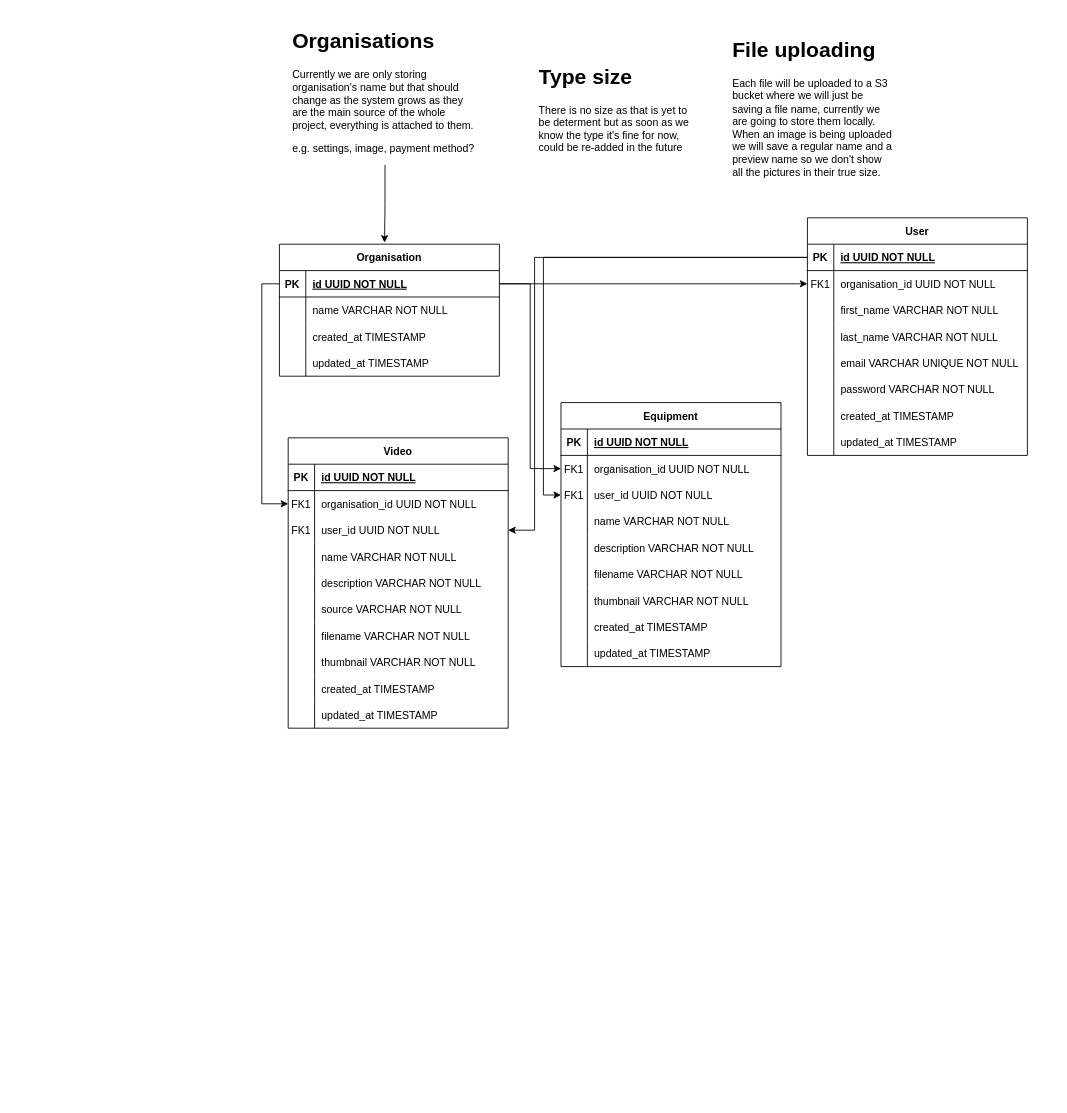
Above: fitness-api.drawio in jstojiljkovic/fitness-api (draw.io), before the change. Source tidied: cells renumbered, new cells numbered last; positions are measured from the earlier drawing's top-left corner, leaving out a move shared by most shapes. Both pictures are drawn from the tidied source at 88%, with x=0, y=0 at pixel (279, 24).
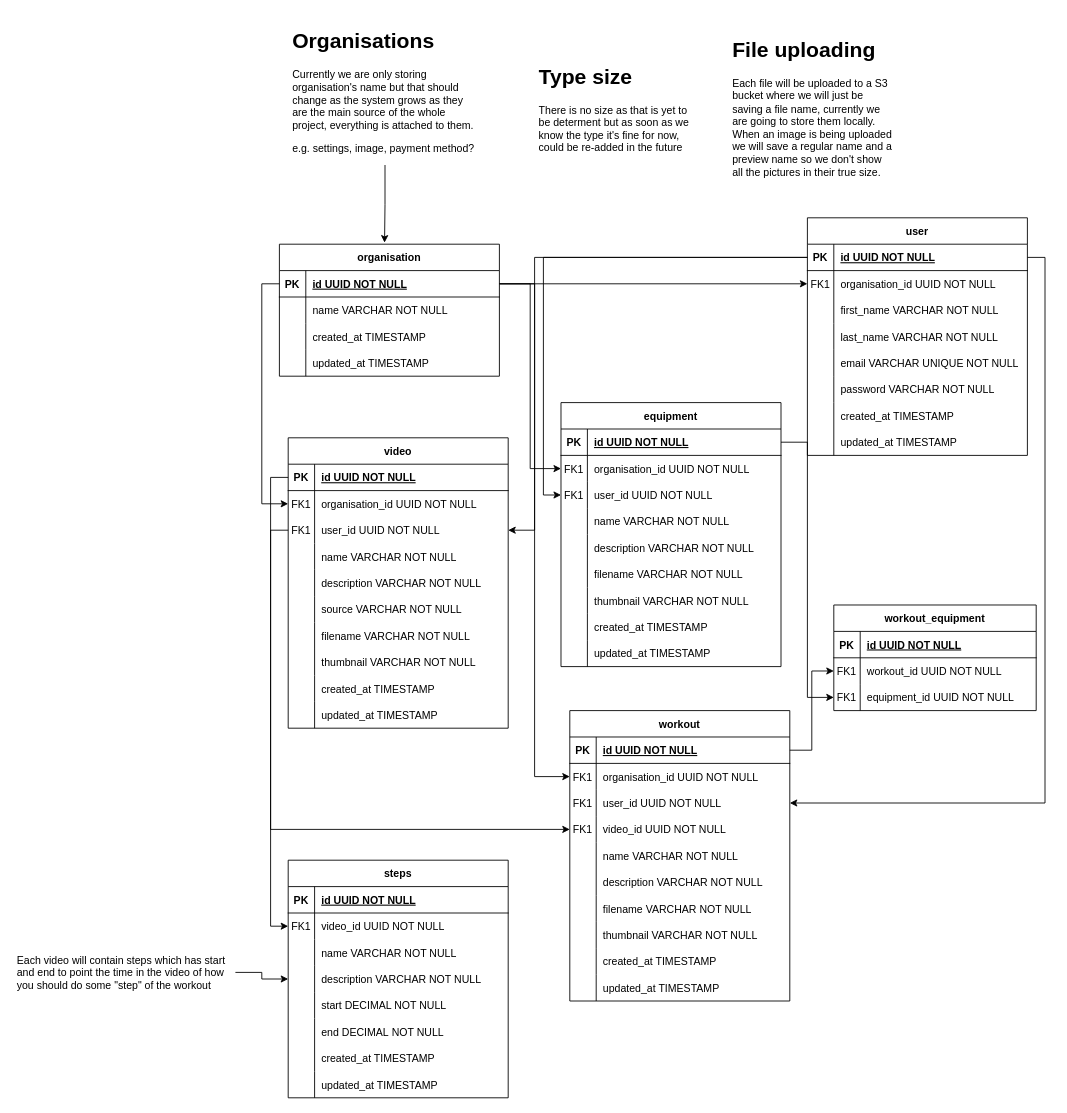
After the change.

The change refers to these unchanged cells:
```xml
<mxCell id="3" style="shape=tableRow;horizontal=0;startSize=0;swimlaneHead=0;swimlaneBody=0;fillColor=none;points=[[0,0.5],[1,0.5]];portConstraint=eastwest;top=0;left=0;right=0;bottom=1;" parent="2" vertex="1">
  <mxGeometry y="30" width="250" height="30" as="geometry" />
</mxCell>
<mxCell id="29" style="shape=tableRow;horizontal=0;startSize=0;swimlaneHead=0;swimlaneBody=0;fillColor=none;points=[[0,0.5],[1,0.5]];portConstraint=eastwest;top=0;left=0;right=0;bottom=1;" parent="28" vertex="1">
  <mxGeometry y="30" width="250" height="30" as="geometry" />
</mxCell>
<mxCell id="45" style="shape=tableRow;horizontal=0;startSize=0;swimlaneHead=0;swimlaneBody=0;fillColor=none;points=[[0,0.5],[1,0.5]];portConstraint=eastwest;top=0;left=0;right=0;bottom=1;" parent="44" vertex="1">
  <mxGeometry y="30" width="250" height="30" as="geometry" />
</mxCell>
<mxCell id="76" style="shape=tableRow;horizontal=0;startSize=0;swimlaneHead=0;swimlaneBody=0;fillColor=none;points=[[0,0.5],[1,0.5]];portConstraint=eastwest;top=0;left=0;right=0;bottom=1;" parent="75" vertex="1">
  <mxGeometry y="30" width="250" height="30" as="geometry" />
</mxCell>
<mxCell id="82" style="shape=tableRow;horizontal=0;startSize=0;swimlaneHead=0;swimlaneBody=0;fillColor=none;points=[[0,0.5],[1,0.5]];portConstraint=eastwest;top=0;left=0;right=0;bottom=0;" parent="75" vertex="1">
  <mxGeometry y="90" width="250" height="30" as="geometry" />
</mxCell>
```

Diff of the diagram source:
```diff
@@
-    <mxCell id="2" value="User" style="shape=table;startSize=30;childLayout=tableLayout;rowLines=0;fontStyle=1;align=center;" parent="1" vertex="1">
+    <mxCell id="2" value="user" style="shape=table;startSize=30;childLayout=tableLayout;rowLines=0;fontStyle=1;align=center;" parent="1" vertex="1">
       <mxGeometry x="600" y="220" width="250" height="270" as="geometry" />
     </mxCell>
@@
-    <mxCell id="28" value="Organisation" style="shape=table;startSize=30;childLayout=tableLayout;rowLines=0;fontStyle=1;align=center;" parent="1" vertex="1">
+    <mxCell id="28" value="organisation" style="shape=table;startSize=30;childLayout=tableLayout;rowLines=0;fontStyle=1;align=center;" parent="1" vertex="1">
       <mxGeometry y="250" width="250" height="150" as="geometry" />
     </mxCell>
@@
-    <mxCell id="44" value="Equipment" style="shape=table;startSize=30;childLayout=tableLayout;rowLines=0;fontStyle=1;align=center;" parent="1" vertex="1">
+    <mxCell id="44" value="equipment" style="shape=table;startSize=30;childLayout=tableLayout;rowLines=0;fontStyle=1;align=center;" parent="1" vertex="1">
       <mxGeometry x="320" y="430" width="250" height="300" as="geometry" />
     </mxCell>
@@
-    <mxCell id="75" value="Video" style="shape=table;startSize=30;childLayout=tableLayout;rowLines=0;fontStyle=1;align=center;" parent="1" vertex="1">
+    <mxCell id="75" value="video" style="shape=table;startSize=30;childLayout=tableLayout;rowLines=0;fontStyle=1;align=center;" parent="1" vertex="1">
       <mxGeometry x="10" y="470" width="250" height="330" as="geometry" />
     </mxCell>
@@
+    <mxCell id="108" value="workout" style="shape=table;startSize=30;childLayout=tableLayout;rowLines=0;fontStyle=1;align=center;" parent="1" vertex="1">
+      <mxGeometry x="330" y="780" width="250" height="330" as="geometry" />
+    </mxCell>
+    <mxCell id="109" style="shape=tableRow;horizontal=0;startSize=0;swimlaneHead=0;swimlaneBody=0;fillColor=none;points=[[0,0.5],[1,0.5]];portConstraint=eastwest;top=0;left=0;right=0;bottom=1;" parent="108" vertex="1">
+      <mxGeometry y="30" width="250" height="30" as="geometry" />
+    </mxCell>
+    <mxCell id="110" value="PK" style="shape=partialRectangle;fillColor=none;top=0;left=0;bottom=0;right=0;fontStyle=1;overflow=hidden;" parent="109" vertex="1">
+      <mxGeometry width="30" height="30" as="geometry" />
+    </mxCell>
+    <mxCell id="111" value="id UUID NOT NULL" style="shape=partialRectangle;fillColor=none;top=0;left=0;bottom=0;right=0;align=left;spacingLeft=6;fontStyle=5;overflow=hidden;" parent="109" vertex="1">
+      <mxGeometry x="30" width="220" height="30" as="geometry" />
+    </mxCell>
+    <mxCell id="112" style="shape=tableRow;horizontal=0;startSize=0;swimlaneHead=0;swimlaneBody=0;fillColor=none;points=[[0,0.5],[1,0.5]];portConstraint=eastwest;top=0;left=0;right=0;bottom=0;" parent="108" vertex="1">
+      <mxGeometry y="60" width="250" height="30" as="geometry" />
+    </mxCell>
+    <mxCell id="113" value="FK1" style="shape=partialRectangle;fillColor=none;top=0;left=0;bottom=0;right=0;overflow=hidden;" parent="112" vertex="1">
+      <mxGeometry width="30" height="30" as="geometry" />
+    </mxCell>
+    <mxCell id="114" value="organisation_id UUID NOT NULL" style="shape=partialRectangle;fillColor=none;top=0;left=0;bottom=0;right=0;align=left;spacingLeft=6;overflow=hidden;" parent="112" vertex="1">
+      <mxGeometry x="30" width="220" height="30" as="geometry" />
+    </mxCell>
+    <mxCell id="115" style="shape=tableRow;horizontal=0;startSize=0;swimlaneHead=0;swimlaneBody=0;fillColor=none;points=[[0,0.5],[1,0.5]];portConstraint=eastwest;top=0;left=0;right=0;bottom=0;" parent="108" vertex="1">
+      <mxGeometry y="90" width="250" height="30" as="geometry" />
+    </mxCell>
+    <mxCell id="116" value="FK1" style="shape=partialRectangle;fillColor=none;top=0;left=0;bottom=0;right=0;overflow=hidden;" parent="115" vertex="1">
+      <mxGeometry width="30" height="30" as="geometry" />
+    </mxCell>
+    <mxCell id="117" value="user_id UUID NOT NULL" style="shape=partialRectangle;fillColor=none;top=0;left=0;bottom=0;right=0;align=left;spacingLeft=6;overflow=hidden;" parent="115" vertex="1">
+      <mxGeometry x="30" width="220" height="30" as="geometry" />
+    </mxCell>
+    <mxCell id="118" style="shape=tableRow;horizontal=0;startSize=0;swimlaneHead=0;swimlaneBody=0;fillColor=none;points=[[0,0.5],[1,0.5]];portConstraint=eastwest;top=0;left=0;right=0;bottom=0;" parent="108" vertex="1">
+      <mxGeometry y="120" width="250" height="30" as="geometry" />
+    </mxCell>
+    <mxCell id="119" value="FK1" style="shape=partialRectangle;fillColor=none;top=0;left=0;bottom=0;right=0;overflow=hidden;" parent="118" vertex="1">
+      <mxGeometry width="30" height="30" as="geometry" />
+    </mxCell>
+    <mxCell id="120" value="video_id UUID NOT NULL" style="shape=partialRectangle;fillColor=none;top=0;left=0;bottom=0;right=0;align=left;spacingLeft=6;overflow=hidden;" parent="118" vertex="1">
+      <mxGeometry x="30" width="220" height="30" as="geometry" />
+    </mxCell>
+    <mxCell id="121" style="shape=tableRow;horizontal=0;startSize=0;swimlaneHead=0;swimlaneBody=0;fillColor=none;top=0;left=0;right=0;bottom=0;" parent="108" vertex="1">
+      <mxGeometry y="150" width="250" height="30" as="geometry" />
+    </mxCell>
+    <mxCell id="122" style="shape=partialRectangle;fillColor=none;top=0;left=0;bottom=0;right=0;overflow=hidden;" parent="121" vertex="1">
+      <mxGeometry width="30" height="30" as="geometry" />
+    </mxCell>
+    <mxCell id="123" value="name VARCHAR NOT NULL" style="shape=partialRectangle;fillColor=none;top=0;left=0;bottom=0;right=0;align=left;spacingLeft=6;overflow=hidden;" parent="121" vertex="1">
+      <mxGeometry x="30" width="220" height="30" as="geometry" />
+    </mxCell>
+    <mxCell id="124" style="shape=tableRow;horizontal=0;startSize=0;swimlaneHead=0;swimlaneBody=0;fillColor=none;top=0;left=0;right=0;bottom=0;" parent="108" vertex="1">
+      <mxGeometry y="180" width="250" height="30" as="geometry" />
+    </mxCell>
+    <mxCell id="125" style="shape=partialRectangle;fillColor=none;top=0;left=0;bottom=0;right=0;overflow=hidden;" parent="124" vertex="1">
+      <mxGeometry width="30" height="30" as="geometry" />
+    </mxCell>
+    <mxCell id="126" value="description VARCHAR NOT NULL" style="shape=partialRectangle;fillColor=none;top=0;left=0;bottom=0;right=0;align=left;spacingLeft=6;overflow=hidden;" parent="124" vertex="1">
+      <mxGeometry x="30" width="220" height="30" as="geometry" />
+    </mxCell>
+    <mxCell id="127" style="shape=tableRow;horizontal=0;startSize=0;swimlaneHead=0;swimlaneBody=0;fillColor=none;top=0;left=0;right=0;bottom=0;" parent="108" vertex="1">
+      <mxGeometry y="210" width="250" height="30" as="geometry" />
+    </mxCell>
+    <mxCell id="128" style="shape=partialRectangle;fillColor=none;top=0;left=0;bottom=0;right=0;overflow=hidden;" parent="127" vertex="1">
+      <mxGeometry width="30" height="30" as="geometry" />
+    </mxCell>
+    <mxCell id="129" value="filename VARCHAR NOT NULL" style="shape=partialRectangle;fillColor=none;top=0;left=0;bottom=0;right=0;align=left;spacingLeft=6;overflow=hidden;" parent="127" vertex="1">
+      <mxGeometry x="30" width="220" height="30" as="geometry" />
+    </mxCell>
+    <mxCell id="130" style="shape=tableRow;horizontal=0;startSize=0;swimlaneHead=0;swimlaneBody=0;fillColor=none;top=0;left=0;right=0;bottom=0;" parent="108" vertex="1">
+      <mxGeometry y="240" width="250" height="30" as="geometry" />
+    </mxCell>
+    <mxCell id="131" style="shape=partialRectangle;fillColor=none;top=0;left=0;bottom=0;right=0;overflow=hidden;" parent="130" vertex="1">
+      <mxGeometry width="30" height="30" as="geometry" />
+    </mxCell>
+    <mxCell id="132" value="thumbnail VARCHAR NOT NULL" style="shape=partialRectangle;fillColor=none;top=0;left=0;bottom=0;right=0;align=left;spacingLeft=6;overflow=hidden;" parent="130" vertex="1">
+      <mxGeometry x="30" width="220" height="30" as="geometry" />
+    </mxCell>
+    <mxCell id="133" style="shape=tableRow;horizontal=0;startSize=0;swimlaneHead=0;swimlaneBody=0;fillColor=none;top=0;left=0;right=0;bottom=0;" parent="108" vertex="1">
+      <mxGeometry y="270" width="250" height="30" as="geometry" />
+    </mxCell>
+    <mxCell id="134" style="shape=partialRectangle;fillColor=none;top=0;left=0;bottom=0;right=0;overflow=hidden;" parent="133" vertex="1">
+      <mxGeometry width="30" height="30" as="geometry" />
+    </mxCell>
+    <mxCell id="135" value="created_at TIMESTAMP" style="shape=partialRectangle;fillColor=none;top=0;left=0;bottom=0;right=0;align=left;spacingLeft=6;overflow=hidden;" parent="133" vertex="1">
+      <mxGeometry x="30" width="220" height="30" as="geometry" />
+    </mxCell>
+    <mxCell id="136" style="shape=tableRow;horizontal=0;startSize=0;swimlaneHead=0;swimlaneBody=0;fillColor=none;top=0;left=0;right=0;bottom=0;" parent="108" vertex="1">
+      <mxGeometry y="300" width="250" height="30" as="geometry" />
+    </mxCell>
+    <mxCell id="137" style="shape=partialRectangle;fillColor=none;top=0;left=0;bottom=0;right=0;overflow=hidden;" parent="136" vertex="1">
+      <mxGeometry width="30" height="30" as="geometry" />
+    </mxCell>
+    <mxCell id="138" value="updated_at TIMESTAMP" style="shape=partialRectangle;fillColor=none;top=0;left=0;bottom=0;right=0;align=left;spacingLeft=6;overflow=hidden;" parent="136" vertex="1">
+      <mxGeometry x="30" width="220" height="30" as="geometry" />
+    </mxCell>
+    <mxCell id="139" style="edgeStyle=orthogonalEdgeStyle;rounded=0;jettySize=auto;html=1;exitX=0;exitY=0.5;exitDx=0;exitDy=0;entryX=0;entryY=0.5;entryDx=0;entryDy=0;" parent="1" edge="1" source="82" target="118">
+      <mxGeometry relative="1" as="geometry" />
+    </mxCell>
+    <mxCell id="140" style="edgeStyle=orthogonalEdgeStyle;rounded=0;jettySize=auto;html=1;exitX=1;exitY=0.5;exitDx=0;exitDy=0;entryX=1;entryY=0.5;entryDx=0;entryDy=0;" parent="1" edge="1" source="3" target="115">
+      <mxGeometry relative="1" as="geometry" />
+    </mxCell>
+    <mxCell id="141" style="edgeStyle=orthogonalEdgeStyle;rounded=0;jettySize=auto;html=1;exitX=1;exitY=0.5;exitDx=0;exitDy=0;entryX=0;entryY=0.5;entryDx=0;entryDy=0;" parent="1" edge="1" source="29" target="112">
+      <mxGeometry relative="1" as="geometry" />
+    </mxCell>
+    <mxCell id="142" value="workout_equipment" style="shape=table;startSize=30;childLayout=tableLayout;rowLines=0;fontStyle=1;align=center;" parent="1" vertex="1">
+      <mxGeometry x="630" y="660" width="230" height="120" as="geometry" />
+    </mxCell>
+    <mxCell id="143" style="shape=tableRow;horizontal=0;startSize=0;swimlaneHead=0;swimlaneBody=0;fillColor=none;top=0;left=0;right=0;bottom=1;" parent="142" vertex="1">
+      <mxGeometry y="30" width="230" height="30" as="geometry" />
+    </mxCell>
+    <mxCell id="144" value="PK" style="shape=partialRectangle;fillColor=none;top=0;left=0;bottom=0;right=0;fontStyle=1;overflow=hidden;" parent="143" vertex="1">
+      <mxGeometry width="30" height="30" as="geometry" />
+    </mxCell>
+    <mxCell id="145" value="id UUID NOT NULL" style="shape=partialRectangle;fillColor=none;top=0;left=0;bottom=0;right=0;align=left;spacingLeft=6;fontStyle=5;overflow=hidden;" parent="143" vertex="1">
+      <mxGeometry x="30" width="200" height="30" as="geometry" />
+    </mxCell>
+    <mxCell id="146" style="shape=tableRow;horizontal=0;startSize=0;swimlaneHead=0;swimlaneBody=0;fillColor=none;points=[[0,0.5],[1,0.5]];portConstraint=eastwest;top=0;left=0;right=0;bottom=0;" parent="142" vertex="1">
+      <mxGeometry y="60" width="230" height="30" as="geometry" />
+    </mxCell>
+    <mxCell id="147" value="FK1" style="shape=partialRectangle;fillColor=none;top=0;left=0;bottom=0;right=0;overflow=hidden;" parent="146" vertex="1">
+      <mxGeometry width="30" height="30" as="geometry" />
+    </mxCell>
+    <mxCell id="148" value="workout_id UUID NOT NULL" style="shape=partialRectangle;fillColor=none;top=0;left=0;bottom=0;right=0;align=left;spacingLeft=6;overflow=hidden;" parent="146" vertex="1">
+      <mxGeometry x="30" width="200" height="30" as="geometry" />
+    </mxCell>
+    <mxCell id="149" style="shape=tableRow;horizontal=0;startSize=0;swimlaneHead=0;swimlaneBody=0;fillColor=none;points=[[0,0.5],[1,0.5]];portConstraint=eastwest;top=0;left=0;right=0;bottom=0;" parent="142" vertex="1">
+      <mxGeometry y="90" width="230" height="30" as="geometry" />
+    </mxCell>
+    <mxCell id="150" value="FK1" style="shape=partialRectangle;fillColor=none;top=0;left=0;bottom=0;right=0;overflow=hidden;" parent="149" vertex="1">
+      <mxGeometry width="30" height="30" as="geometry" />
+    </mxCell>
+    <mxCell id="151" value="equipment_id UUID NOT NULL" style="shape=partialRectangle;fillColor=none;top=0;left=0;bottom=0;right=0;align=left;spacingLeft=6;overflow=hidden;" parent="149" vertex="1">
+      <mxGeometry x="30" width="200" height="30" as="geometry" />
+    </mxCell>
+    <mxCell id="152" style="edgeStyle=orthogonalEdgeStyle;rounded=0;jettySize=auto;html=1;exitX=1;exitY=0.5;exitDx=0;exitDy=0;entryX=0;entryY=0.5;entryDx=0;entryDy=0;" parent="1" edge="1" source="45" target="149">
+      <mxGeometry relative="1" as="geometry" />
+    </mxCell>
+    <mxCell id="153" style="edgeStyle=orthogonalEdgeStyle;rounded=0;jettySize=auto;html=1;exitX=1;exitY=0.5;exitDx=0;exitDy=0;entryX=0;entryY=0.5;entryDx=0;entryDy=0;" parent="1" edge="1" source="109" target="146">
+      <mxGeometry relative="1" as="geometry" />
+    </mxCell>
+    <mxCell id="154" value="steps" style="shape=table;startSize=30;childLayout=tableLayout;rowLines=0;fontStyle=1;align=center;" parent="1" vertex="1">
+      <mxGeometry x="10" y="950" width="250" height="270" as="geometry" />
+    </mxCell>
+    <mxCell id="155" style="shape=tableRow;horizontal=0;startSize=0;swimlaneHead=0;swimlaneBody=0;fillColor=none;top=0;left=0;right=0;bottom=1;" parent="154" vertex="1">
+      <mxGeometry y="30" width="250" height="30" as="geometry" />
+    </mxCell>
+    <mxCell id="156" value="PK" style="shape=partialRectangle;fillColor=none;top=0;left=0;bottom=0;right=0;fontStyle=1;overflow=hidden;" parent="155" vertex="1">
+      <mxGeometry width="30" height="30" as="geometry" />
+    </mxCell>
+    <mxCell id="157" value="id UUID NOT NULL" style="shape=partialRectangle;fillColor=none;top=0;left=0;bottom=0;right=0;align=left;spacingLeft=6;fontStyle=5;overflow=hidden;" parent="155" vertex="1">
+      <mxGeometry x="30" width="220" height="30" as="geometry" />
+    </mxCell>
+    <mxCell id="158" style="shape=tableRow;horizontal=0;startSize=0;swimlaneHead=0;swimlaneBody=0;fillColor=none;points=[[0,0.5],[1,0.5]];portConstraint=eastwest;top=0;left=0;right=0;bottom=0;" parent="154" vertex="1">
+      <mxGeometry y="60" width="250" height="30" as="geometry" />
+    </mxCell>
+    <mxCell id="159" value="FK1" style="shape=partialRectangle;fillColor=none;top=0;left=0;bottom=0;right=0;overflow=hidden;" parent="158" vertex="1">
+      <mxGeometry width="30" height="30" as="geometry" />
+    </mxCell>
+    <mxCell id="160" value="video_id UUID NOT NULL" style="shape=partialRectangle;fillColor=none;top=0;left=0;bottom=0;right=0;align=left;spacingLeft=6;overflow=hidden;" parent="158" vertex="1">
+      <mxGeometry x="30" width="220" height="30" as="geometry" />
+    </mxCell>
+    <mxCell id="161" style="shape=tableRow;horizontal=0;startSize=0;swimlaneHead=0;swimlaneBody=0;fillColor=none;top=0;left=0;right=0;bottom=0;" parent="154" vertex="1">
+      <mxGeometry y="90" width="250" height="30" as="geometry" />
+    </mxCell>
+    <mxCell id="162" style="shape=partialRectangle;fillColor=none;top=0;left=0;bottom=0;right=0;overflow=hidden;" parent="161" vertex="1">
+      <mxGeometry width="30" height="30" as="geometry" />
+    </mxCell>
+    <mxCell id="163" value="name VARCHAR NOT NULL" style="shape=partialRectangle;fillColor=none;top=0;left=0;bottom=0;right=0;align=left;spacingLeft=6;overflow=hidden;" parent="161" vertex="1">
+      <mxGeometry x="30" width="220" height="30" as="geometry" />
+    </mxCell>
+    <mxCell id="164" style="shape=tableRow;horizontal=0;startSize=0;swimlaneHead=0;swimlaneBody=0;fillColor=none;points=[[0,0.5],[1,0.5]];portConstraint=eastwest;top=0;left=0;right=0;bottom=0;" parent="154" vertex="1">
+      <mxGeometry y="120" width="250" height="30" as="geometry" />
+    </mxCell>
+    <mxCell id="165" style="shape=partialRectangle;fillColor=none;top=0;left=0;bottom=0;right=0;overflow=hidden;" parent="164" vertex="1">
+      <mxGeometry width="30" height="30" as="geometry" />
+    </mxCell>
+    <mxCell id="166" value="description VARCHAR NOT NULL" style="shape=partialRectangle;fillColor=none;top=0;left=0;bottom=0;right=0;align=left;spacingLeft=6;overflow=hidden;" parent="164" vertex="1">
+      <mxGeometry x="30" width="220" height="30" as="geometry" />
+    </mxCell>
+    <mxCell id="167" style="shape=tableRow;horizontal=0;startSize=0;swimlaneHead=0;swimlaneBody=0;fillColor=none;top=0;left=0;right=0;bottom=0;" parent="154" vertex="1">
+      <mxGeometry y="150" width="250" height="30" as="geometry" />
+    </mxCell>
+    <mxCell id="168" style="shape=partialRectangle;fillColor=none;top=0;left=0;bottom=0;right=0;overflow=hidden;" parent="167" vertex="1">
+      <mxGeometry width="30" height="30" as="geometry" />
+    </mxCell>
+    <mxCell id="169" value="start DECIMAL NOT NULL" style="shape=partialRectangle;fillColor=none;top=0;left=0;bottom=0;right=0;align=left;spacingLeft=6;overflow=hidden;" parent="167" vertex="1">
+      <mxGeometry x="30" width="220" height="30" as="geometry" />
+    </mxCell>
+    <mxCell id="170" style="shape=tableRow;horizontal=0;startSize=0;swimlaneHead=0;swimlaneBody=0;fillColor=none;top=0;left=0;right=0;bottom=0;" parent="154" vertex="1">
+      <mxGeometry y="180" width="250" height="30" as="geometry" />
+    </mxCell>
+    <mxCell id="171" style="shape=partialRectangle;fillColor=none;top=0;left=0;bottom=0;right=0;overflow=hidden;" parent="170" vertex="1">
+      <mxGeometry width="30" height="30" as="geometry" />
+    </mxCell>
+    <mxCell id="172" value="end DECIMAL NOT NULL" style="shape=partialRectangle;fillColor=none;top=0;left=0;bottom=0;right=0;align=left;spacingLeft=6;overflow=hidden;" parent="170" vertex="1">
+      <mxGeometry x="30" width="220" height="30" as="geometry" />
+    </mxCell>
+    <mxCell id="173" style="shape=tableRow;horizontal=0;startSize=0;swimlaneHead=0;swimlaneBody=0;fillColor=none;top=0;left=0;right=0;bottom=0;" parent="154" vertex="1">
+      <mxGeometry y="210" width="250" height="30" as="geometry" />
+    </mxCell>
+    <mxCell id="174" style="shape=partialRectangle;fillColor=none;top=0;left=0;bottom=0;right=0;overflow=hidden;" parent="173" vertex="1">
+      <mxGeometry width="30" height="30" as="geometry" />
+    </mxCell>
+    <mxCell id="175" value="created_at TIMESTAMP" style="shape=partialRectangle;fillColor=none;top=0;left=0;bottom=0;right=0;align=left;spacingLeft=6;overflow=hidden;" parent="173" vertex="1">
+      <mxGeometry x="30" width="220" height="30" as="geometry" />
+    </mxCell>
+    <mxCell id="176" style="shape=tableRow;horizontal=0;startSize=0;swimlaneHead=0;swimlaneBody=0;fillColor=none;top=0;left=0;right=0;bottom=0;" parent="154" vertex="1">
+      <mxGeometry y="240" width="250" height="30" as="geometry" />
+    </mxCell>
+    <mxCell id="177" style="shape=partialRectangle;fillColor=none;top=0;left=0;bottom=0;right=0;overflow=hidden;" parent="176" vertex="1">
+      <mxGeometry width="30" height="30" as="geometry" />
+    </mxCell>
+    <mxCell id="178" value="updated_at TIMESTAMP" style="shape=partialRectangle;fillColor=none;top=0;left=0;bottom=0;right=0;align=left;spacingLeft=6;overflow=hidden;" parent="176" vertex="1">
+      <mxGeometry x="30" width="220" height="30" as="geometry" />
+    </mxCell>
+    <mxCell id="179" style="edgeStyle=orthogonalEdgeStyle;rounded=0;jettySize=auto;html=1;exitX=0;exitY=0.5;exitDx=0;exitDy=0;entryX=0;entryY=0.5;entryDx=0;entryDy=0;" parent="1" edge="1" source="76" target="158">
+      <mxGeometry relative="1" as="geometry" />
+    </mxCell>
+    <mxCell id="180" style="edgeStyle=orthogonalEdgeStyle;rounded=0;jettySize=auto;html=1;entryX=0;entryY=0.5;entryDx=0;entryDy=0;" parent="1" edge="1" source="181" target="164">
+      <mxGeometry relative="1" as="geometry" />
+    </mxCell>
+    <mxCell id="181" value="Each video will contain steps which has start and end to point the time in the video of how you should do some &quot;step&quot; of the workout" style="text;html=1;strokeColor=none;fillColor=none;align=left;verticalAlign=middle;whiteSpace=wrap;rounded=0;" parent="1" vertex="1">
+      <mxGeometry x="-300" y="1015" width="250" height="125" as="geometry" />
+    </mxCell>
```
